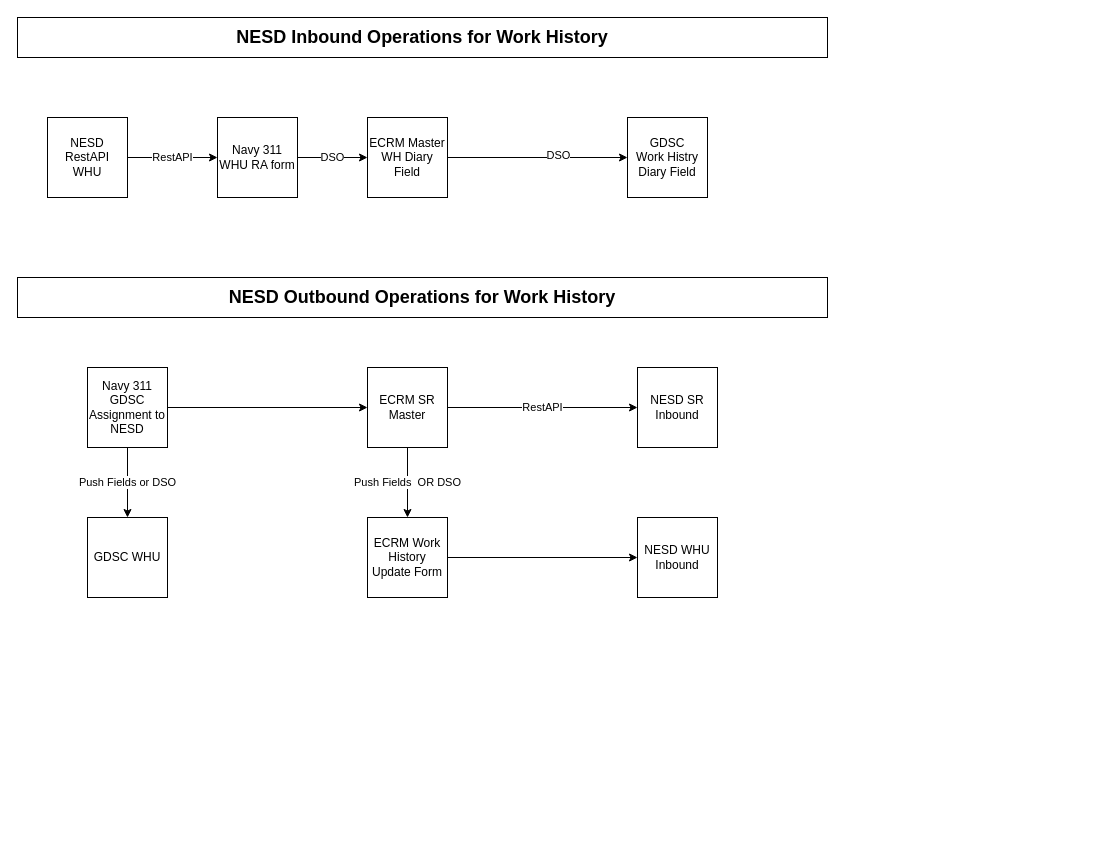
Above: Untitled Diagram.drawio in dkhill/navy311 (draw.io), before the change. Source tidied: cells renumbered, new cells numbered last; positions are measured from the earlier drawing's top-left corner, leaving out a move shared by most shapes. Both pictures are drawn from the tidied source at 100%, with x=0, y=0 at pixel (17, 17).
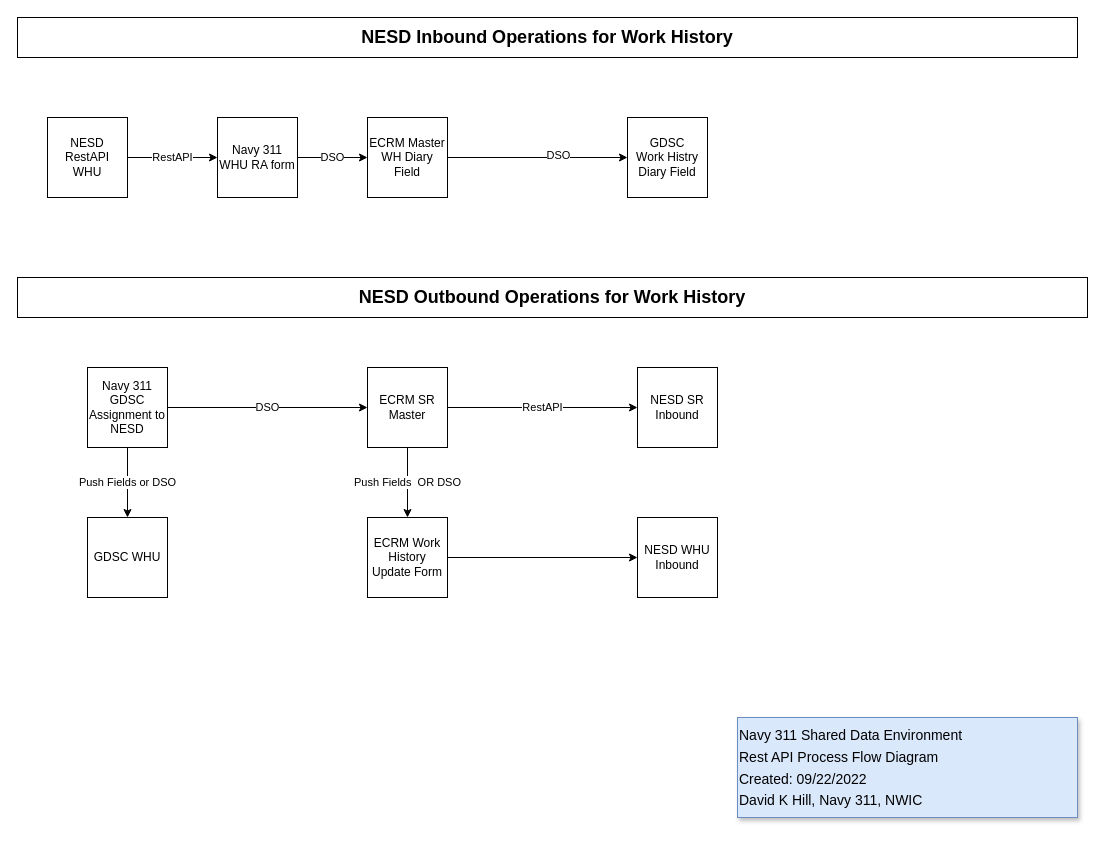
The same page after the edit.

Commit message:
Document Title Templated

The change refers to these unchanged cells:
```xml
<mxCell id="13" value="Navy 311&lt;br&gt;GDSC&lt;br&gt;Assignment to NESD" style="whiteSpace=wrap;html=1;" parent="1" vertex="1">
  <mxGeometry x="70" y="350" width="80" height="80" as="geometry" />
</mxCell>
<mxCell id="17" value="ECRM SR Master" style="whiteSpace=wrap;html=1;" parent="1" vertex="1">
  <mxGeometry x="350" y="350" width="80" height="80" as="geometry" />
</mxCell>
```

The edit, as a diff of the source:
```diff
@@
     <mxCell id="2" value="&lt;b&gt;&lt;font style=&quot;font-size: 18px;&quot;&gt;NESD Inbound Operations for Work History&lt;/font&gt;&lt;/b&gt;" style="rounded=0;whiteSpace=wrap;html=1;" parent="1" vertex="1">
-      <mxGeometry width="810" height="40" as="geometry" />
+      <mxGeometry width="1060" height="40" as="geometry" />
     </mxCell>
@@
     <mxCell id="10" value="&lt;font style=&quot;font-size: 18px;&quot;&gt;&lt;b style=&quot;&quot;&gt;NESD Outbound Operations for Work History&lt;/b&gt;&lt;/font&gt;" style="rounded=0;whiteSpace=wrap;html=1;" parent="1" vertex="1">
-      <mxGeometry y="260" width="810" height="40" as="geometry" />
+      <mxGeometry y="260" width="1070" height="40" as="geometry" />
     </mxCell>
-    <mxCell id="11" style="edgeStyle=orthogonalEdgeStyle;rounded=0;jettySize=auto;html=1;" parent="1" edge="1" source="13" target="17">
+    <mxCell id="11" value="DSO" style="edgeStyle=orthogonalEdgeStyle;rounded=0;jettySize=auto;html=1;" parent="1" edge="1" source="13" target="17">
       <mxGeometry relative="1" as="geometry" />
     </mxCell>
@@
+    <mxCell id="23" value="&lt;font style=&quot;font-size: 14px;&quot;&gt;Navy 311 Shared Data Environment&lt;br&gt;Rest API Process Flow Diagram&lt;br&gt;Created: 09/22/2022&lt;br&gt;David K Hill, Navy 311, NWIC&lt;/font&gt;" style="rounded=0;whiteSpace=wrap;html=1;fontSize=18;fillColor=#dae8fc;strokeColor=#6c8ebf;shadow=1;align=left;" parent="1" vertex="1">
+      <mxGeometry x="720" y="700" width="340" height="100" as="geometry" />
+    </mxCell>
```
